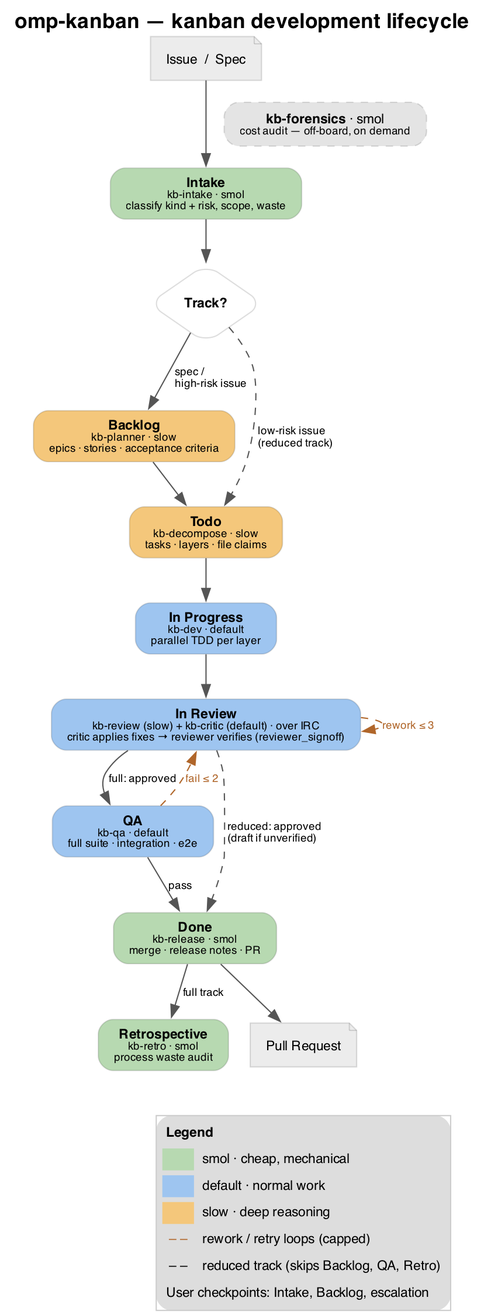
yurikilian/omp-kanban keeps this Graphviz diagram as docs/kanban-flow.png. Above is the earlier version. Its source is kept beside it as docs/kanban-flow.dot.
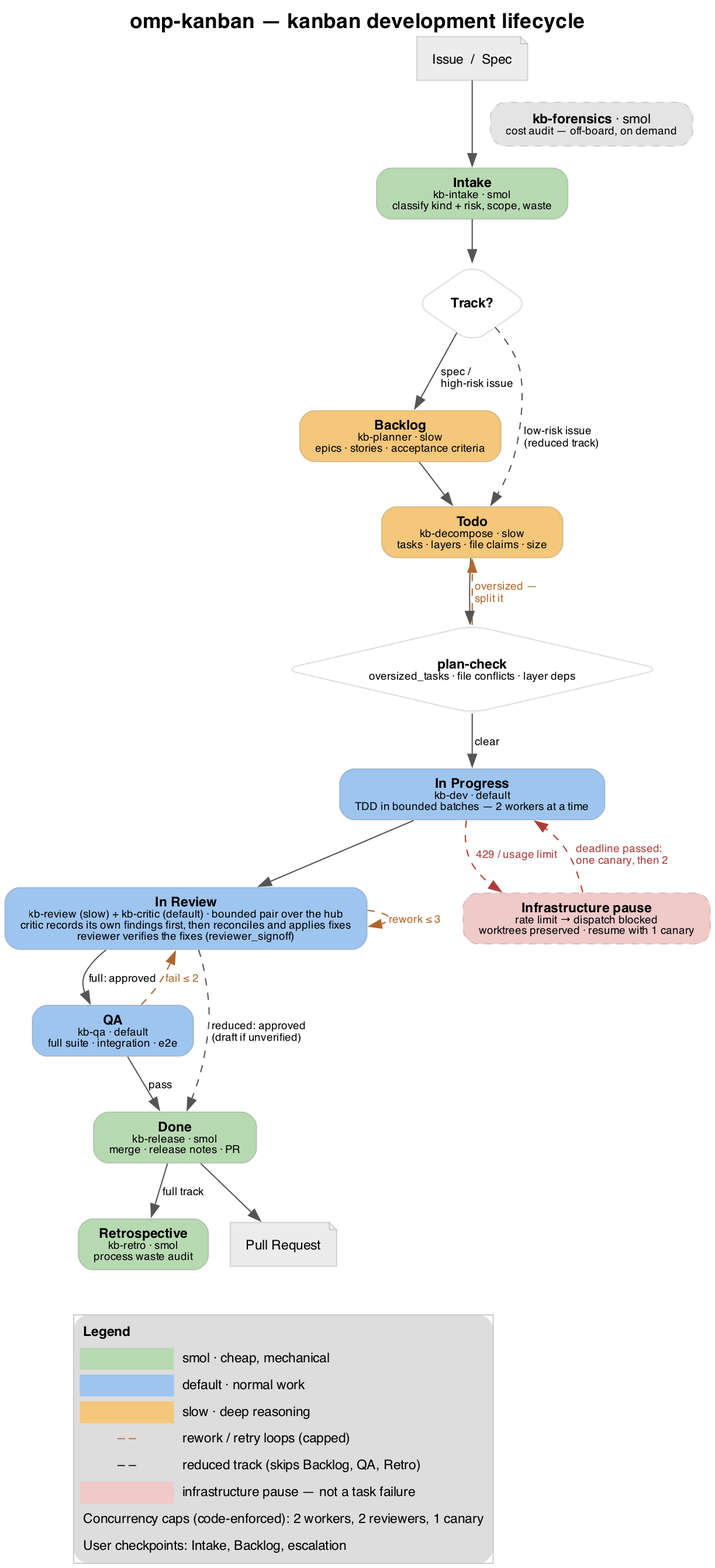
The same file after the commit.

The edit, as a diff of the source:
```diff
@@ -13,9 +13,9 @@
   track  [label=<<b>Track?</b>>, shape=diamond, fillcolor="#FFFFFF", height=0.9];
 
   backlog [label=<<b>Backlog</b><br/><font point-size="9">kb-planner · slow</font><br/><font point-size="9">epics · stories · acceptance criteria</font>>, fillcolor="#F4C77B"];
-  todo [label=<<b>Todo</b><br/><font point-size="9">kb-decompose · slow</font><br/><font point-size="9">tasks · layers · file claims</font>>, fillcolor="#F4C77B"];
-  dev [label=<<b>In Progress</b><br/><font point-size="9">kb-dev · default</font><br/><font point-size="9">parallel TDD per layer</font>>, fillcolor="#9EC5F0"];
-  review [label=<<b>In Review</b><br/><font point-size="9">kb-review (slow) + kb-critic (default) · over IRC</font><br/><font point-size="9">critic applies fixes → reviewer verifies (reviewer_signoff)</font>>, fillcolor="#9EC5F0"];
+  todo [label=<<b>Todo</b><br/><font point-size="9">kb-decompose · slow</font><br/><font point-size="9">tasks · layers · file claims · size</font>>, fillcolor="#F4C77B"];
+  dev [label=<<b>In Progress</b><br/><font point-size="9">kb-dev · default</font><br/><font point-size="9">TDD in bounded batches — 2 workers at a time</font>>, fillcolor="#9EC5F0"];
+  review [label=<<b>In Review</b><br/><font point-size="9">kb-review (slow) + kb-critic (default) · bounded pair over the hub</font><br/><font point-size="9">critic records its own findings first, then reconciles and applies fixes</font><br/><font point-size="9">reviewer verifies the fixes (reviewer_signoff)</font>>, fillcolor="#9EC5F0"];
   qa [label=<<b>QA</b><br/><font point-size="9">kb-qa · default</font><br/><font point-size="9">full suite · integration · e2e</font>>, fillcolor="#9EC5F0"];
   done [label=<<b>Done</b><br/><font point-size="9">kb-release · smol</font><br/><font point-size="9">merge · release notes · PR</font>>, fillcolor="#B7D9B1"];
   retro [label=<<b>Retrospective</b><br/><font point-size="9">kb-retro · smol</font><br/><font point-size="9">process waste audit</font>>, fillcolor="#B7D9B1"];
@@ -30,8 +30,16 @@
   backlog -> todo;
   track -> todo [label=" low-risk issue\l (reduced track)\l", style=dashed];
 
-  todo -> dev;
+  gate [label=<<b>plan-check</b><br/><font point-size="9">oversized_tasks · file conflicts · layer deps</font>>, shape=diamond, fillcolor="#FFFFFF", height=1.0, width=2.2];
+  pause [label=<<b>Infrastructure pause</b><br/><font point-size="9">rate limit → dispatch blocked</font><br/><font point-size="9">worktrees preserved · resume with 1 canary</font>>, fillcolor="#F0C9C9", style="rounded,filled,dashed"];
+
+  todo -> gate;
+  gate -> todo [label=" oversized —\l split it\l", style=dashed, color="#B0662A", fontcolor="#B0662A"];
+  gate -> dev [label=" clear "];
   dev -> review;
+
+  dev -> pause [label=" 429 / usage limit ", style=dashed, color="#B03A3A", fontcolor="#B03A3A"];
+  pause -> dev [label=" deadline passed:\l one canary, then 2\l", style=dashed, color="#B03A3A", fontcolor="#B03A3A"];
 
   review -> review [label="rework ≤ 3", style=dashed, color="#B0662A", fontcolor="#B0662A"];
   review -> qa [label=" full: approved "];
@@ -51,6 +59,8 @@
       <tr><td bgcolor="#F4C77B" width="26"> </td><td align="left">slow · deep reasoning</td></tr>
       <tr><td align="center"><font color="#B0662A">– –</font></td><td align="left">rework / retry loops (capped)</td></tr>
       <tr><td align="center">– –</td><td align="left">reduced track (skips Backlog, QA, Retro)</td></tr>
+      <tr><td bgcolor="#F0C9C9" width="26"> </td><td align="left">infrastructure pause — not a task failure</td></tr>
+      <tr><td colspan="2" align="left">Concurrency caps (code-enforced): 2 workers, 2 reviewers, 1 canary</td></tr>
       <tr><td colspan="2" align="left">User checkpoints: Intake, Backlog, escalation</td></tr>
     </table>
   >];
```
